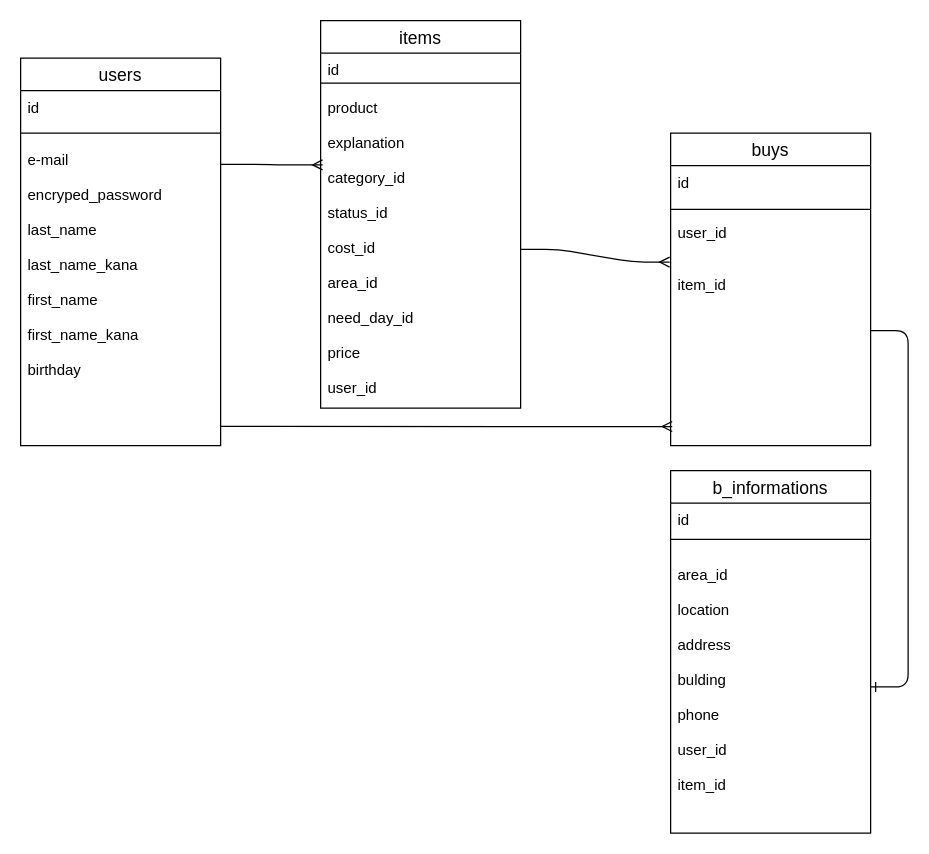
Above: furima_table.dio in hhiirroosshhii/furima-39859 (draw.io), before the change. Source tidied: cells renumbered, new cells numbered last; positions are measured from the earlier drawing's top-left corner, leaving out a move shared by most shapes. Both pictures are drawn from the tidied source at 125%, with x=0, y=0 at pixel (20, 20).
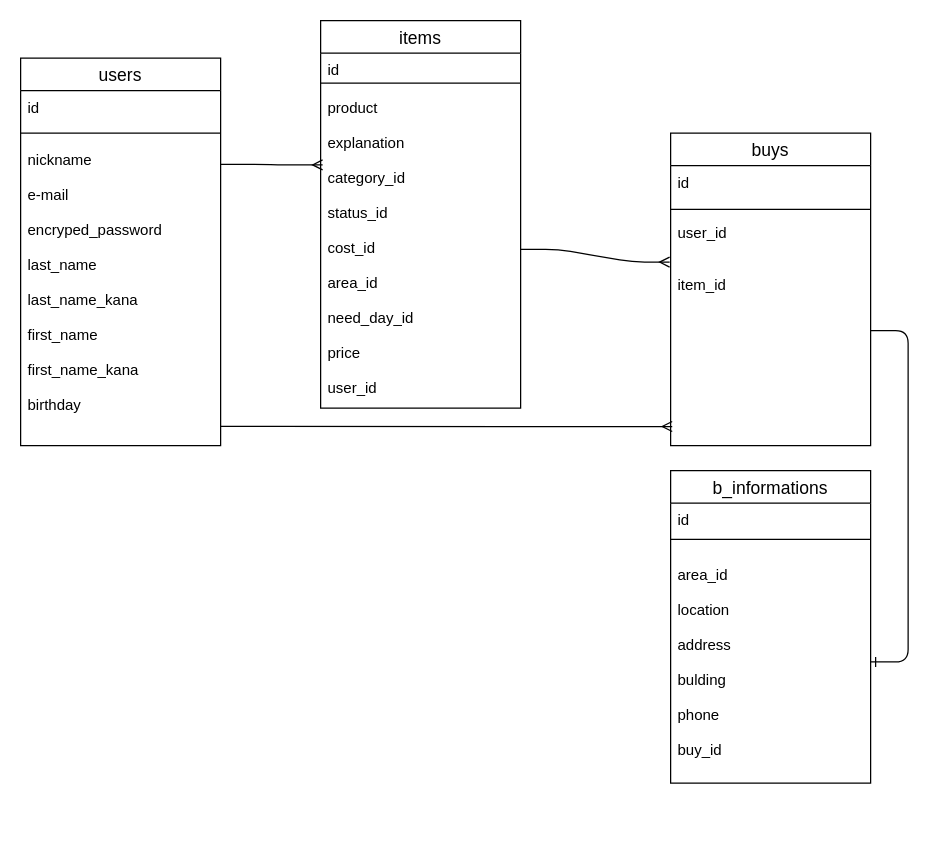
The same diagram, later.

The change refers to these unchanged cells:
```xml
<mxCell id="2" value="users" style="swimlane;fontStyle=0;horizontal=1;startSize=26;align=center;fontSize=14;" parent="1" vertex="1">
  <mxGeometry y="30" width="160" height="310" as="geometry" />
</mxCell>
```

Diff of the diagram source:
```diff
@@
-    <mxCell id="4" value="id&#10;&#10;&#10;e-mail&#10;&#10;encryped_password&#10;&#10;last_name&#10;&#10;last_name_kana&#10;&#10;first_name&#10;&#10;first_name_kana&#10;&#10;birthday" style="text;strokeColor=none;fillColor=none;spacingLeft=4;spacingRight=4;overflow=hidden;points=[[0,0.5],[1,0.5]];portConstraint=eastwest;fontSize=12;" parent="2" vertex="1">
+    <mxCell id="4" value="id&#10;&#10;&#10;nickname&#10;&#10;e-mail&#10;&#10;encryped_password&#10;&#10;last_name&#10;&#10;last_name_kana&#10;&#10;first_name&#10;&#10;first_name_kana&#10;&#10;birthday" style="text;strokeColor=none;fillColor=none;spacingLeft=4;spacingRight=4;overflow=hidden;points=[[0,0.5],[1,0.5]];portConstraint=eastwest;fontSize=12;" parent="2" vertex="1">
       <mxGeometry y="26" width="160" height="284" as="geometry" />
     </mxCell>
@@
     <mxCell id="13" value="b_informations" style="swimlane;fontStyle=0;horizontal=1;startSize=26;align=center;fontSize=14;" parent="1" vertex="1">
-      <mxGeometry x="520" y="360" width="160" height="290" as="geometry" />
+      <mxGeometry x="520" y="360" width="160" height="250" as="geometry" />
     </mxCell>
@@
-    <mxCell id="16" value="&#10;area_id&#10;&#10;location&#10;&#10;address&#10;&#10;bulding&#10;&#10;phone&#10;&#10;user_id&#10;&#10;item_id" style="text;strokeColor=none;fillColor=none;spacingLeft=4;spacingRight=4;overflow=hidden;points=[[0,0.5],[1,0.5]];portConstraint=eastwest;fontSize=12;" parent="13" vertex="1">
-      <mxGeometry y="56" width="160" height="234" as="geometry" />
+    <mxCell id="16" value="&#10;area_id&#10;&#10;location&#10;&#10;address&#10;&#10;bulding&#10;&#10;phone&#10;&#10;buy_id" style="text;strokeColor=none;fillColor=none;spacingLeft=4;spacingRight=4;overflow=hidden;points=[[0,0.5],[1,0.5]];portConstraint=eastwest;fontSize=12;" parent="13" vertex="1">
+      <mxGeometry y="56" width="160" height="194" as="geometry" />
     </mxCell>
```
